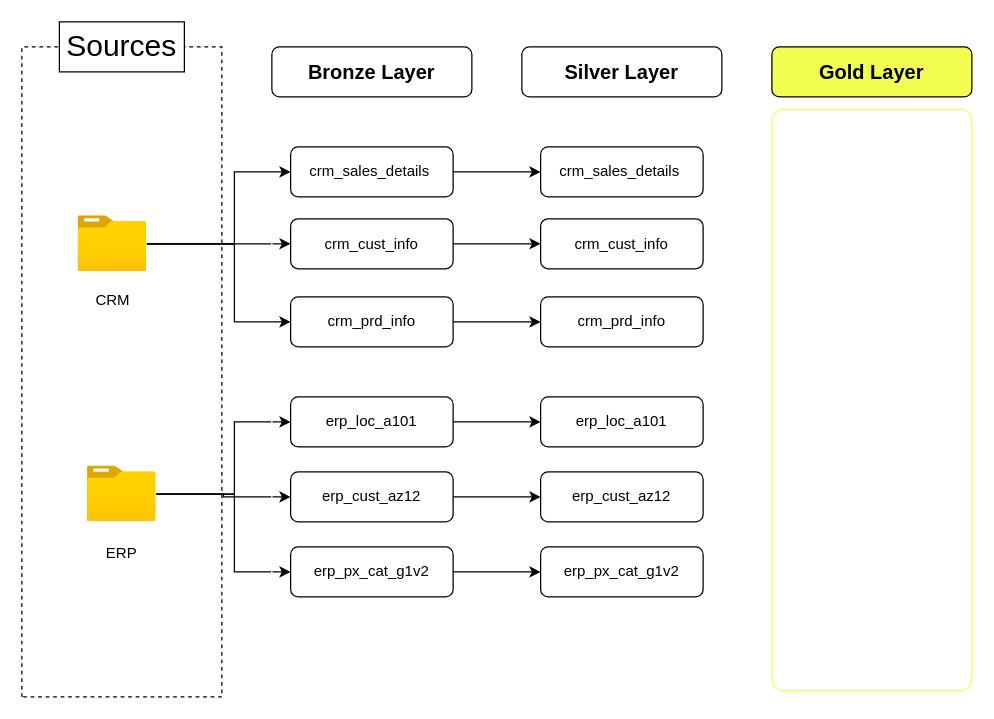
The draw.io diagram DataFlowDiagram.drawio in rudrabhavsar7/Datawarehouse, before the edit. Source tidied: cells renumbered, new cells numbered last; positions are measured from the earlier drawing's top-left corner, leaving out a move shared by most shapes. Both pictures are drawn from the tidied source at 125%, with x=0, y=0 at pixel (-204, 21).
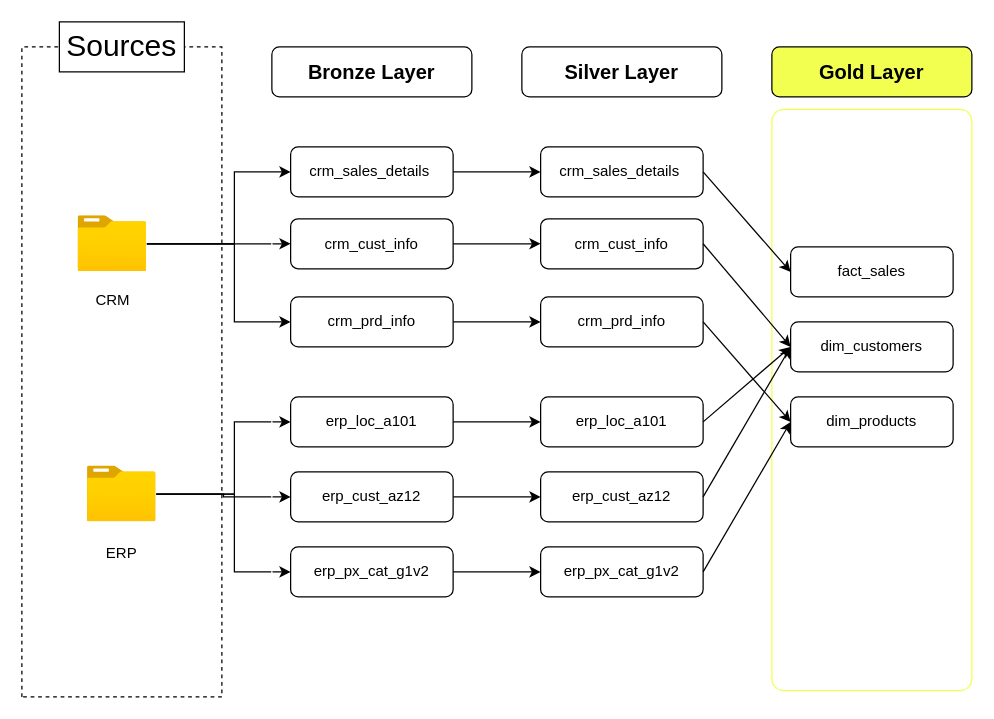
The same diagram, later.

The change refers to these unchanged cells:
```xml
<mxCell id="32" value="&lt;font style=&quot;font-weight: normal;&quot;&gt;crm_sales_details&amp;nbsp;&lt;/font&gt;" style="rounded=1;whiteSpace=wrap;html=1;fillColor=light-dark(#FFFFFF,#D4E1F5);fontColor=light-dark(#000000,#000000);fontStyle=1;" parent="1" vertex="1">
  <mxGeometry x="595" y="100" width="130" height="40" as="geometry" />
</mxCell>
<mxCell id="33" value="&lt;font style=&quot;font-weight: normal;&quot;&gt;crm_prd_info&lt;/font&gt;" style="rounded=1;whiteSpace=wrap;html=1;fillColor=light-dark(#FFFFFF,#D4E1F5);fontColor=light-dark(#000000,#000000);fontStyle=1;" parent="1" vertex="1">
  <mxGeometry x="595" y="220" width="130" height="40" as="geometry" />
</mxCell>
<mxCell id="34" value="&lt;font style=&quot;font-weight: normal;&quot;&gt;crm_cust_info&lt;/font&gt;" style="rounded=1;whiteSpace=wrap;html=1;fillColor=light-dark(#FFFFFF,#D4E1F5);fontColor=light-dark(#000000,#000000);fontStyle=1;" parent="1" vertex="1">
  <mxGeometry x="595" y="157.5" width="130" height="40" as="geometry" />
</mxCell>
<mxCell id="35" value="&lt;font style=&quot;font-weight: normal;&quot;&gt;erp_loc_a101&lt;/font&gt;" style="rounded=1;whiteSpace=wrap;html=1;fillColor=light-dark(#FFFFFF,#D4E1F5);fontColor=light-dark(#000000,#000000);fontStyle=1;" parent="1" vertex="1">
  <mxGeometry x="595" y="300" width="130" height="40" as="geometry" />
</mxCell>
<mxCell id="36" value="&lt;font style=&quot;font-weight: normal;&quot;&gt;erp_cust_az12&lt;/font&gt;" style="rounded=1;whiteSpace=wrap;html=1;fillColor=light-dark(#FFFFFF,#D4E1F5);fontColor=light-dark(#000000,#000000);fontStyle=1;" parent="1" vertex="1">
  <mxGeometry x="595" y="360" width="130" height="40" as="geometry" />
</mxCell>
<mxCell id="37" value="&lt;font style=&quot;font-weight: normal;&quot;&gt;erp_px_cat_g1v2&lt;/font&gt;" style="rounded=1;whiteSpace=wrap;html=1;fillColor=light-dark(#FFFFFF,#D4E1F5);fontColor=light-dark(#000000,#000000);fontStyle=1;" parent="1" vertex="1">
  <mxGeometry x="595" y="420" width="130" height="40" as="geometry" />
</mxCell>
```

Diff of the diagram source:
```diff
@@
+    <mxCell id="38" value="&lt;font style=&quot;font-weight: normal;&quot;&gt;fact_sales&lt;/font&gt;" style="rounded=1;whiteSpace=wrap;html=1;fillColor=light-dark(#FFFFFF,#FFFF66);fontColor=light-dark(#000000,#000000);fontStyle=1;" parent="1" vertex="1">
+      <mxGeometry x="795" y="180" width="130" height="40" as="geometry" />
+    </mxCell>
+    <mxCell id="39" value="&lt;span style=&quot;font-weight: 400;&quot;&gt;dim_customers&lt;/span&gt;" style="rounded=1;whiteSpace=wrap;html=1;fillColor=light-dark(#FFFFFF,#FFFF66);fontColor=light-dark(#000000,#000000);fontStyle=1;" parent="1" vertex="1">
+      <mxGeometry x="795" y="240" width="130" height="40" as="geometry" />
+    </mxCell>
+    <mxCell id="40" value="&lt;span style=&quot;font-weight: 400;&quot;&gt;dim_products&lt;/span&gt;" style="rounded=1;whiteSpace=wrap;html=1;fillColor=light-dark(#FFFFFF,#FFFF66);fontColor=light-dark(#000000,#000000);fontStyle=1;" parent="1" vertex="1">
+      <mxGeometry x="795" y="300" width="130" height="40" as="geometry" />
+    </mxCell>
+    <mxCell id="41" style="endArrow=classic;html=1;rounded=0;exitX=1;exitY=0.5;exitDx=0;exitDy=0;entryX=0;entryY=0.5;entryDx=0;entryDy=0;" parent="1" edge="1" source="32" target="38">
+      <mxGeometry relative="1" as="geometry" />
+    </mxCell>
+    <mxCell id="42" style="endArrow=classic;html=1;rounded=0;entryX=0;entryY=0.5;entryDx=0;entryDy=0;exitX=1;exitY=0.5;exitDx=0;exitDy=0;" parent="1" edge="1" source="34">
+      <mxGeometry relative="1" as="geometry">
+        <mxPoint x="795" y="260" as="targetPoint" />
+      </mxGeometry>
+    </mxCell>
+    <mxCell id="43" style="endArrow=classic;html=1;rounded=0;exitX=1;exitY=0.5;exitDx=0;exitDy=0;entryX=0;entryY=0.5;entryDx=0;entryDy=0;" parent="1" edge="1" source="33" target="40">
+      <mxGeometry relative="1" as="geometry" />
+    </mxCell>
+    <mxCell id="44" style="endArrow=classic;html=1;rounded=0;exitX=1;exitY=0.5;exitDx=0;exitDy=0;entryX=0;entryY=0.5;entryDx=0;entryDy=0;" parent="1" edge="1" source="35" target="39">
+      <mxGeometry relative="1" as="geometry" />
+    </mxCell>
+    <mxCell id="45" style="endArrow=classic;html=1;rounded=0;exitX=1;exitY=0.5;exitDx=0;exitDy=0;entryX=0;entryY=0.5;entryDx=0;entryDy=0;" parent="1" edge="1" source="36" target="39">
+      <mxGeometry relative="1" as="geometry" />
+    </mxCell>
+    <mxCell id="46" style="endArrow=classic;html=1;rounded=0;exitX=1;exitY=0.5;exitDx=0;exitDy=0;entryX=0;entryY=0.5;entryDx=0;entryDy=0;" parent="1" edge="1" source="37" target="40">
+      <mxGeometry relative="1" as="geometry" />
+    </mxCell>
```
